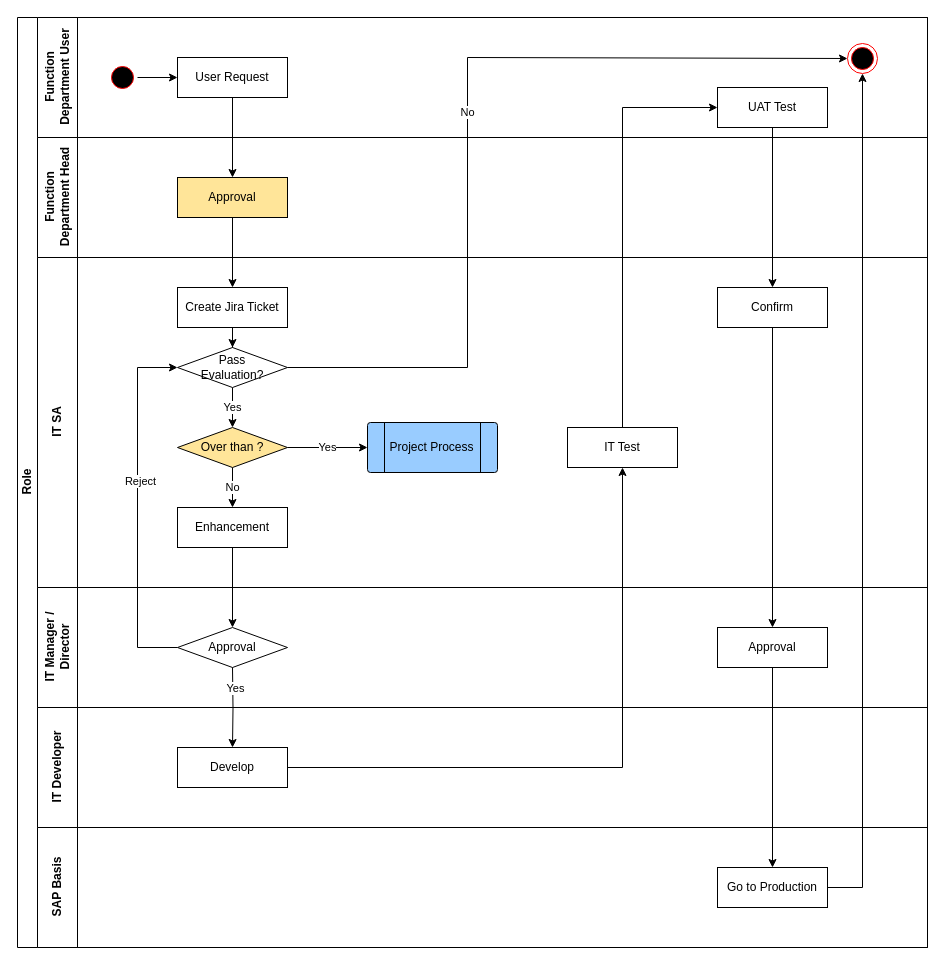
Above: ChinaITApproveProcess.drawio in luss613/draw.io (draw.io), before the change. Source tidied: cells renumbered, new cells numbered last; positions are measured from the earlier drawing's top-left corner, leaving out a move shared by most shapes. Both pictures are drawn from the tidied source at 100%, with x=0, y=0 at pixel (17, 17).
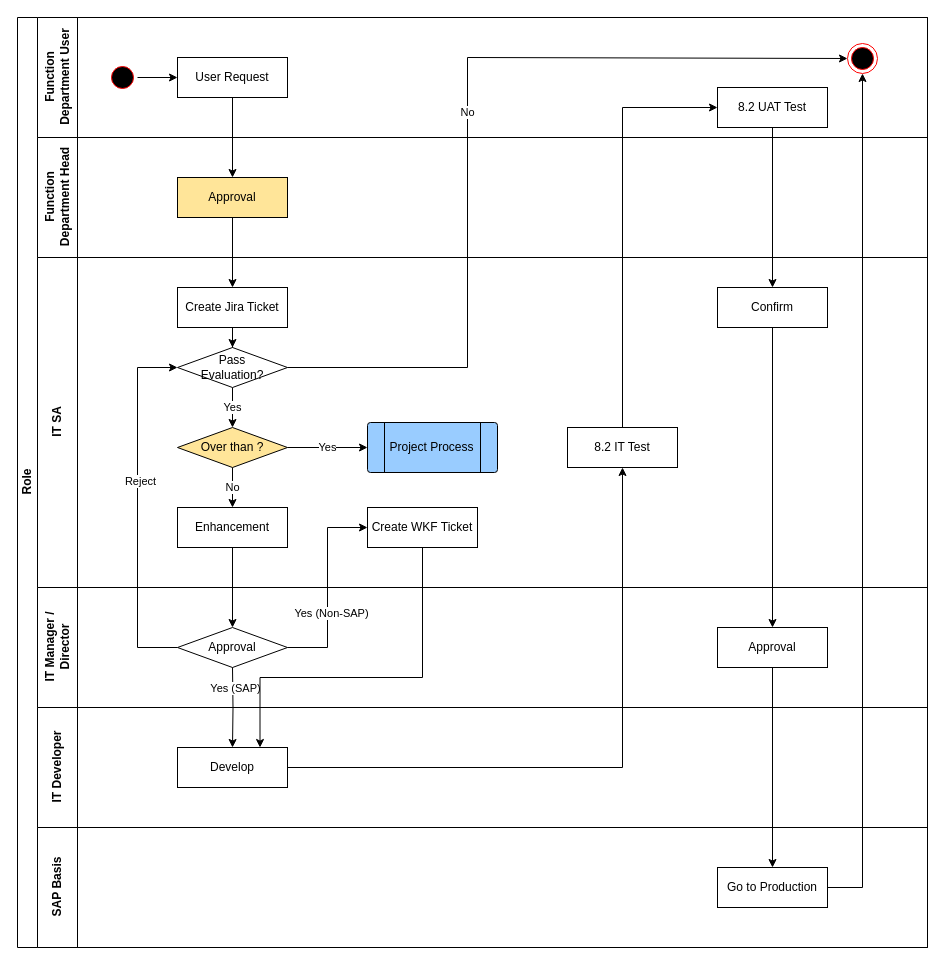
The same diagram, later.

Unchanged cells that the change refers to:
```xml
<mxCell id="2" value="Role" style="swimlane;html=1;horizontal=0;startSize=20;" parent="1" vertex="1">
  <mxGeometry width="910" height="930" as="geometry" />
</mxCell>
<mxCell id="3" value="Function &lt;br&gt;Department User" style="swimlane;html=1;startSize=40;horizontal=0;" parent="2" vertex="1">
  <mxGeometry x="20" width="890" height="120" as="geometry" />
</mxCell>
<mxCell id="11" value="IT SA" style="swimlane;html=1;startSize=40;horizontal=0;" parent="2" vertex="1">
  <mxGeometry x="20" y="240" width="890" height="330" as="geometry" />
</mxCell>
<mxCell id="25" value="Approval" style="strokeWidth=1;html=1;shape=mxgraph.flowchart.decision;whiteSpace=wrap;" parent="23" vertex="1">
  <mxGeometry x="140" y="40" width="110" height="40" as="geometry" />
</mxCell>
<mxCell id="27" value="Develop" style="rounded=0;whiteSpace=wrap;html=1;" parent="26" vertex="1">
  <mxGeometry x="140" y="40" width="110" height="40" as="geometry" />
</mxCell>
<mxCell id="32" style="edgeStyle=orthogonalEdgeStyle;rounded=0;jettySize=auto;html=1;" parent="2" edge="1" target="27">
  <mxGeometry relative="1" as="geometry">
    <mxPoint x="215" y="650" as="sourcePoint" />
  </mxGeometry>
</mxCell>
```

Diff of the diagram source:
```diff
@@
-    <mxCell id="7" value="UAT Test" style="rounded=0;whiteSpace=wrap;html=1;" parent="3" vertex="1">
+    <mxCell id="7" value="8.2 UAT Test" style="rounded=0;whiteSpace=wrap;html=1;" parent="3" vertex="1">
       <mxGeometry x="680" y="70" width="110" height="40" as="geometry" />
     </mxCell>
@@
-    <mxCell id="21" value="IT Test" style="rounded=0;whiteSpace=wrap;html=1;" parent="11" vertex="1">
+    <mxCell id="21" value="8.2 IT Test" style="rounded=0;whiteSpace=wrap;html=1;" parent="11" vertex="1">
       <mxGeometry x="530" y="170" width="110" height="40" as="geometry" />
     </mxCell>
@@
+    <mxCell id="44" value="Create WKF Ticket" style="rounded=0;whiteSpace=wrap;html=1;" parent="11" vertex="1">
+      <mxGeometry x="330" y="250" width="110" height="40" as="geometry" />
+    </mxCell>
@@
-    <mxCell id="33" value="Yes" style="edgeLabel;html=1;align=center;verticalAlign=middle;" parent="32" vertex="1">
+    <mxCell id="33" value="Yes (SAP)" style="edgeLabel;html=1;align=center;verticalAlign=middle;" parent="32" vertex="1">
       <mxGeometry x="-0.47" y="2" relative="1" as="geometry" />
     </mxCell>
@@
+    <mxCell id="45" style="edgeStyle=orthogonalEdgeStyle;rounded=0;jettySize=auto;html=1;entryX=0;entryY=0.5;entryDx=0;entryDy=0;" parent="2" edge="1" source="25" target="44">
+      <mxGeometry relative="1" as="geometry" />
+    </mxCell>
+    <mxCell id="46" value="Yes (Non-SAP)" style="edgeLabel;html=1;align=center;verticalAlign=middle;" parent="45" vertex="1">
+      <mxGeometry x="-0.25" y="-3" relative="1" as="geometry" />
+    </mxCell>
+    <mxCell id="47" style="edgeStyle=orthogonalEdgeStyle;rounded=0;jettySize=auto;html=1;entryX=0.75;entryY=0;entryDx=0;entryDy=0;" parent="2" edge="1" source="44" target="27">
+      <mxGeometry relative="1" as="geometry">
+        <Array as="points">
+          <mxPoint x="405" y="660" />
+          <mxPoint x="243" y="660" />
+        </Array>
+      </mxGeometry>
+    </mxCell>
```
